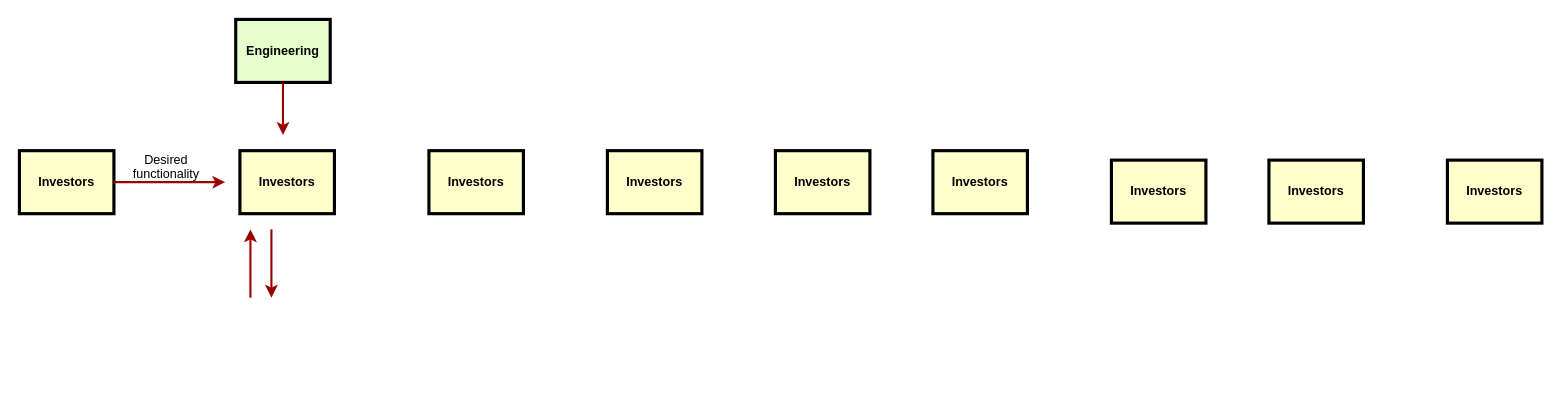
The draw.io diagram 未命名绘图.drawio in bwnian/navicat_reset_mac, before the edit. Source tidied: cells renumbered, new cells numbered last; positions are measured from the earlier drawing's top-left corner, leaving out a move shared by most shapes. Both pictures are drawn from the tidied source at 105%, with x=0, y=0 at pixel (19, 19).
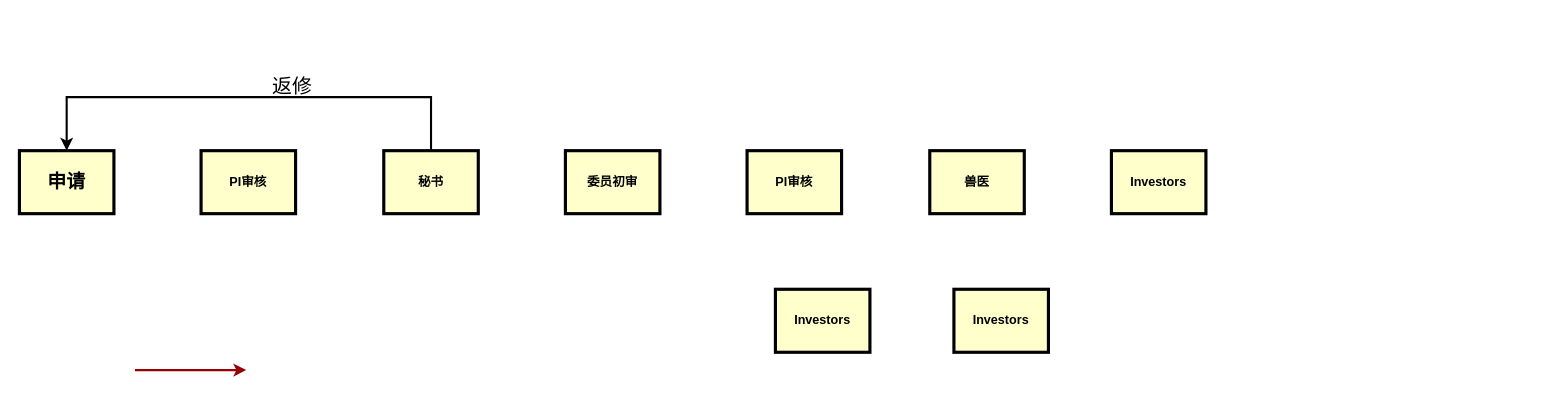
The same page after the edit.

Commit message (it also covers changes not shown here):
更新未命名绘图.drawio

The edit, as a diff of the source:
```diff
@@
-    <mxCell id="2" value="Engineering" style="whiteSpace=wrap;align=center;verticalAlign=middle;fontStyle=1;strokeWidth=3;fillColor=light-dark(#E6FFCC,#181800);" parent="1" vertex="1">
-      <mxGeometry x="206" width="90" height="60" as="geometry" />
-    </mxCell>
-    <mxCell id="3" value="Investors" style="whiteSpace=wrap;align=center;verticalAlign=middle;fontStyle=1;strokeWidth=3;fillColor=#FFFFCC;" parent="1" vertex="1">
+    <mxCell id="3" value="申请" style="whiteSpace=wrap;align=center;verticalAlign=middle;fontStyle=1;strokeWidth=3;fillColor=#FFFFCC;fontSize=18;" parent="1" vertex="1">
       <mxGeometry y="125" width="90" height="60" as="geometry" />
     </mxCell>
-    <mxCell id="4" style="edgeStyle=none;noEdgeStyle=1;strokeColor=#990000;strokeWidth=2;" parent="1" edge="1" source="2">
-      <mxGeometry relative="1" as="geometry">
-        <mxPoint x="251" y="110" as="targetPoint" />
-      </mxGeometry>
-    </mxCell>
-    <mxCell id="5" style="edgeStyle=none;noEdgeStyle=1;strokeColor=#990000;strokeWidth=2;" parent="1" edge="1" source="3">
+    <mxCell id="5" style="edgeStyle=none;noEdgeStyle=1;strokeColor=#990000;strokeWidth=2;" parent="1" edge="1">
       <mxGeometry relative="1" as="geometry">
-        <mxPoint x="196" y="155" as="targetPoint" />
+        <mxPoint x="110" y="334" as="sourcePoint" />
+        <mxPoint x="216" y="334" as="targetPoint" />
       </mxGeometry>
     </mxCell>
-    <mxCell id="6" value="Desired &#10;functionality" style="text;spacingTop=-5;align=center;" parent="1" vertex="1">
-      <mxGeometry x="125" y="125" width="30" height="20" as="geometry" />
-    </mxCell>
-    <mxCell id="7" style="edgeStyle=elbowEdgeStyle;elbow=horizontal;strokeColor=#990000;strokeWidth=2;" parent="1" edge="1">
-      <mxGeometry relative="1" as="geometry">
-        <mxPoint x="220" y="265" as="sourcePoint" />
-        <mxPoint x="220" y="200" as="targetPoint" />
-        <Array as="points">
-          <mxPoint x="220" y="244" />
-        </Array>
-      </mxGeometry>
-    </mxCell>
-    <mxCell id="8" style="edgeStyle=elbowEdgeStyle;elbow=horizontal;strokeColor=#990000;strokeWidth=2;" parent="1" edge="1">
-      <mxGeometry relative="1" as="geometry">
-        <mxPoint x="240" y="200" as="sourcePoint" />
-        <mxPoint x="240" y="265" as="targetPoint" />
-        <Array as="points">
-          <mxPoint x="240" y="234" />
-        </Array>
-      </mxGeometry>
-    </mxCell>
-    <mxCell id="9" value="Investors" style="whiteSpace=wrap;align=center;verticalAlign=middle;fontStyle=1;strokeWidth=3;fillColor=#FFFFCC;" parent="1" vertex="1">
-      <mxGeometry x="210" y="125" width="90" height="60" as="geometry" />
+    <mxCell id="9" value="PI审核" style="whiteSpace=wrap;align=center;verticalAlign=middle;fontStyle=1;strokeWidth=3;fillColor=#FFFFCC;" parent="1" vertex="1">
+      <mxGeometry x="173" y="125" width="90" height="60" as="geometry" />
     </mxCell>
+    <mxCell id="17" style="edgeStyle=orthogonalEdgeStyle;rounded=0;jettySize=auto;html=1;entryX=0.5;entryY=0;entryDx=0;entryDy=0;curved=0;strokeWidth=2;exitX=0.5;exitY=0;exitDx=0;exitDy=0;" parent="1" edge="1" source="10" target="3">
+      <mxGeometry relative="1" as="geometry">
+        <Array as="points">
+          <mxPoint x="392" y="74" />
+          <mxPoint x="45" y="74" />
+        </Array>
+      </mxGeometry>
+    </mxCell>
-    <mxCell id="10" value="Investors" style="whiteSpace=wrap;align=center;verticalAlign=middle;fontStyle=1;strokeWidth=3;fillColor=#FFFFCC;" parent="1" vertex="1">
-      <mxGeometry x="390" y="125" width="90" height="60" as="geometry" />
+    <mxCell id="10" value="秘书" style="whiteSpace=wrap;align=center;verticalAlign=middle;fontStyle=1;strokeWidth=3;fillColor=#FFFFCC;" parent="1" vertex="1">
+      <mxGeometry x="347" y="125" width="90" height="60" as="geometry" />
     </mxCell>
-    <mxCell id="11" value="Investors" style="whiteSpace=wrap;align=center;verticalAlign=middle;fontStyle=1;strokeWidth=3;fillColor=#FFFFCC;" parent="1" vertex="1">
-      <mxGeometry x="560" y="125" width="90" height="60" as="geometry" />
+    <mxCell id="11" value="委员初审" style="whiteSpace=wrap;align=center;verticalAlign=middle;fontStyle=1;strokeWidth=3;fillColor=#FFFFCC;" parent="1" vertex="1">
+      <mxGeometry x="520" y="125" width="90" height="60" as="geometry" />
     </mxCell>
-    <mxCell id="12" value="Investors" style="whiteSpace=wrap;align=center;verticalAlign=middle;fontStyle=1;strokeWidth=3;fillColor=#FFFFCC;" parent="1" vertex="1">
-      <mxGeometry x="720" y="125" width="90" height="60" as="geometry" />
+    <mxCell id="12" value="PI审核" style="whiteSpace=wrap;align=center;verticalAlign=middle;fontStyle=1;strokeWidth=3;fillColor=#FFFFCC;" parent="1" vertex="1">
+      <mxGeometry x="693" y="125" width="90" height="60" as="geometry" />
     </mxCell>
-    <mxCell id="13" value="Investors" style="whiteSpace=wrap;align=center;verticalAlign=middle;fontStyle=1;strokeWidth=3;fillColor=#FFFFCC;" parent="1" vertex="1">
-      <mxGeometry x="870" y="125" width="90" height="60" as="geometry" />
+    <mxCell id="13" value="兽医" style="whiteSpace=wrap;align=center;verticalAlign=middle;fontStyle=1;strokeWidth=3;fillColor=#FFFFCC;" parent="1" vertex="1">
+      <mxGeometry x="867" y="125" width="90" height="60" as="geometry" />
     </mxCell>
     <mxCell id="14" value="Investors" style="whiteSpace=wrap;align=center;verticalAlign=middle;fontStyle=1;strokeWidth=3;fillColor=#FFFFCC;" parent="1" vertex="1">
-      <mxGeometry x="1040" y="134" width="90" height="60" as="geometry" />
+      <mxGeometry x="1040" y="125" width="90" height="60" as="geometry" />
     </mxCell>
     <mxCell id="15" value="Investors" style="whiteSpace=wrap;align=center;verticalAlign=middle;fontStyle=1;strokeWidth=3;fillColor=#FFFFCC;" parent="1" vertex="1">
-      <mxGeometry x="1190" y="134" width="90" height="60" as="geometry" />
+      <mxGeometry x="720" y="257" width="90" height="60" as="geometry" />
     </mxCell>
     <mxCell id="16" value="Investors" style="whiteSpace=wrap;align=center;verticalAlign=middle;fontStyle=1;strokeWidth=3;fillColor=#FFFFCC;" parent="1" vertex="1">
-      <mxGeometry x="1360" y="134" width="90" height="60" as="geometry" />
+      <mxGeometry x="890" y="257" width="90" height="60" as="geometry" />
     </mxCell>
+    <mxCell id="18" value="返修" style="text;spacingTop=-5;align=center;fontSize=19;" parent="1" vertex="1">
+      <mxGeometry x="230" y="51" width="60" height="50" as="geometry" />
+    </mxCell>
```
